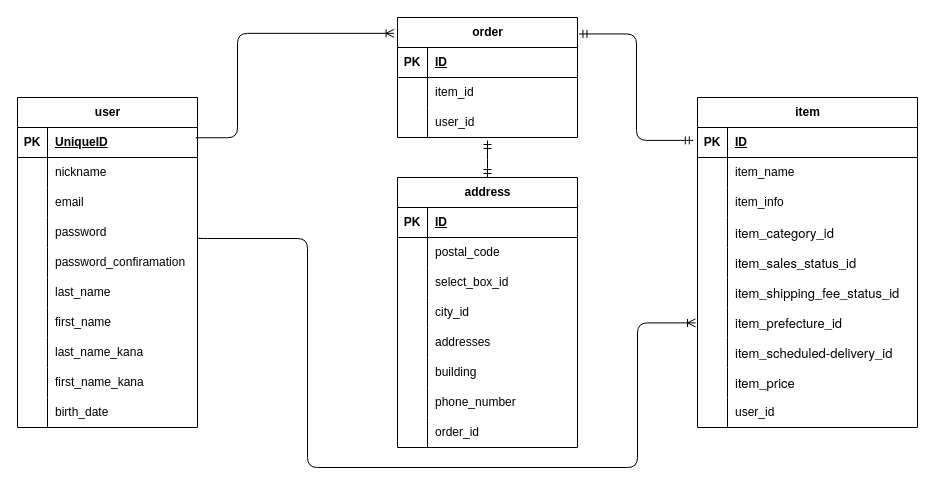
Above: furima.dio in todomatu/furima-42487 (draw.io), before the change. Source tidied: cells renumbered, new cells numbered last; positions are measured from the earlier drawing's top-left corner, leaving out a move shared by most shapes. Both pictures are drawn from the tidied source at 100%, with x=0, y=0 at pixel (17, 17).
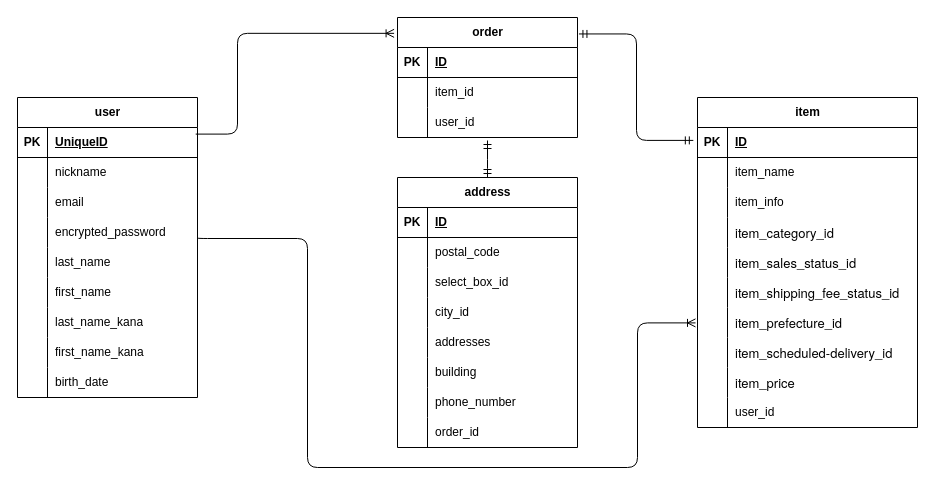
The same diagram, later.

The change refers to these unchanged cells:
```xml
<mxCell id="12" style="shape=tableRow;horizontal=0;startSize=0;swimlaneHead=0;swimlaneBody=0;fillColor=none;top=0;left=0;right=0;bottom=0;" parent="2" vertex="1">
  <mxGeometry y="120" width="180" height="30" as="geometry" />
</mxCell>
```

Change to the diagram source:
```diff
@@
     <mxCell id="2" value="user" style="shape=table;startSize=30;childLayout=tableLayout;rowLines=0;fontStyle=1;align=center;html=1;" parent="1" vertex="1">
-      <mxGeometry y="80" width="180" height="330" as="geometry" />
+      <mxGeometry y="80" width="180" height="300" as="geometry" />
     </mxCell>
@@
-    <mxCell id="14" value="password" style="shape=partialRectangle;fillColor=none;top=0;left=0;bottom=0;right=0;align=left;spacingLeft=6;overflow=hidden;whiteSpace=wrap;html=1;" parent="12" vertex="1">
+    <mxCell id="14" value="encrypted_password" style="shape=partialRectangle;fillColor=none;top=0;left=0;bottom=0;right=0;align=left;spacingLeft=6;overflow=hidden;whiteSpace=wrap;html=1;" parent="12" vertex="1">
       <mxGeometry x="30" width="150" height="30" as="geometry" />
     </mxCell>
-    <mxCell id="15" style="shape=tableRow;horizontal=0;startSize=0;swimlaneHead=0;swimlaneBody=0;fillColor=none;top=0;left=0;right=0;bottom=0;" parent="2" vertex="1">
-      <mxGeometry y="150" width="180" height="30" as="geometry" />
-    </mxCell>
-    <mxCell id="16" style="shape=partialRectangle;fillColor=none;top=0;left=0;bottom=0;right=0;overflow=hidden;whiteSpace=wrap;html=1;" parent="15" vertex="1">
-      <mxGeometry width="30" height="30" as="geometry" />
-    </mxCell>
-    <mxCell id="17" value="password_confiramation" style="shape=partialRectangle;fillColor=none;top=0;left=0;bottom=0;right=0;align=left;spacingLeft=6;overflow=hidden;whiteSpace=wrap;html=1;" parent="15" vertex="1">
-      <mxGeometry x="30" width="150" height="30" as="geometry" />
-    </mxCell>
     <mxCell id="18" style="shape=tableRow;horizontal=0;startSize=0;swimlaneHead=0;swimlaneBody=0;fillColor=none;top=0;left=0;right=0;bottom=0;" parent="2" vertex="1">
-      <mxGeometry y="180" width="180" height="30" as="geometry" />
+      <mxGeometry y="150" width="180" height="30" as="geometry" />
     </mxCell>
@@
     <mxCell id="21" style="shape=tableRow;horizontal=0;startSize=0;swimlaneHead=0;swimlaneBody=0;fillColor=none;top=0;left=0;right=0;bottom=0;" parent="2" vertex="1">
-      <mxGeometry y="210" width="180" height="30" as="geometry" />
+      <mxGeometry y="180" width="180" height="30" as="geometry" />
     </mxCell>
@@
     <mxCell id="24" style="shape=tableRow;horizontal=0;startSize=0;swimlaneHead=0;swimlaneBody=0;fillColor=none;top=0;left=0;right=0;bottom=0;" parent="2" vertex="1">
-      <mxGeometry y="240" width="180" height="30" as="geometry" />
+      <mxGeometry y="210" width="180" height="30" as="geometry" />
     </mxCell>
@@
     <mxCell id="27" style="shape=tableRow;horizontal=0;startSize=0;swimlaneHead=0;swimlaneBody=0;fillColor=none;top=0;left=0;right=0;bottom=0;" parent="2" vertex="1">
-      <mxGeometry y="270" width="180" height="30" as="geometry" />
+      <mxGeometry y="240" width="180" height="30" as="geometry" />
     </mxCell>
@@
     <mxCell id="30" style="shape=tableRow;horizontal=0;startSize=0;swimlaneHead=0;swimlaneBody=0;fillColor=none;top=0;left=0;right=0;bottom=0;" parent="2" vertex="1">
-      <mxGeometry y="300" width="180" height="30" as="geometry" />
+      <mxGeometry y="270" width="180" height="30" as="geometry" />
     </mxCell>
```
